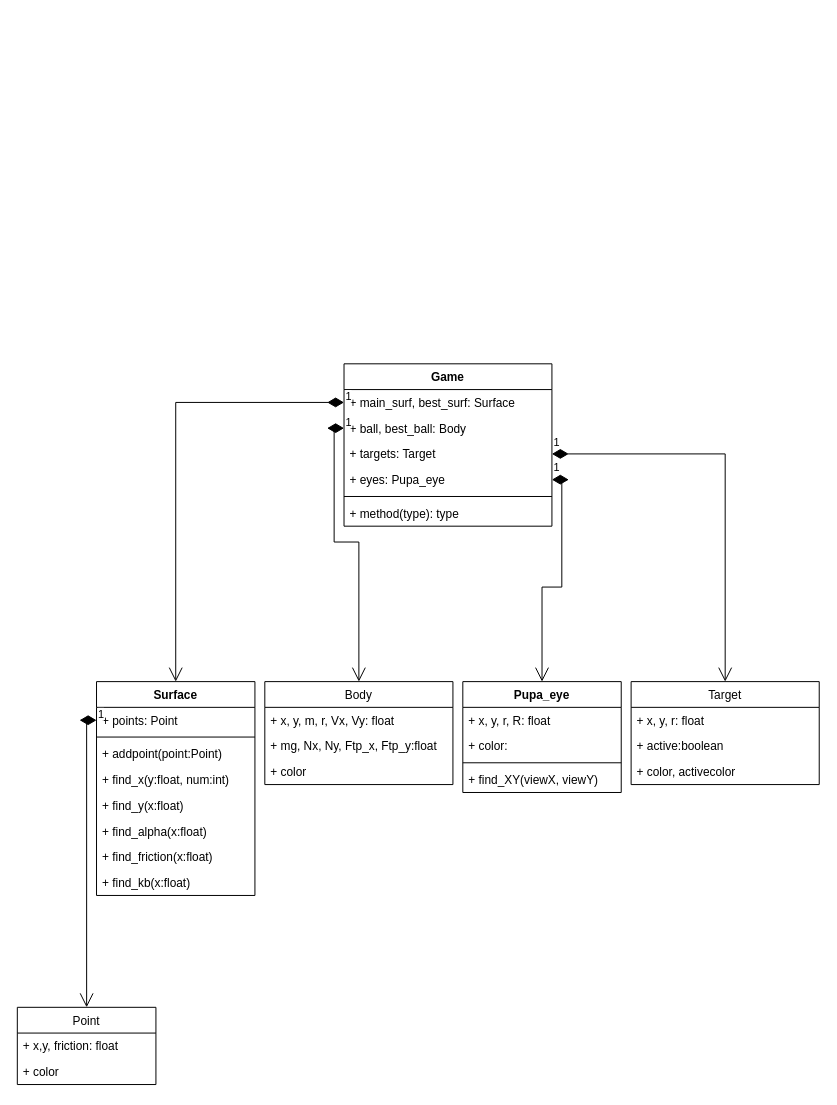
Before: Class Diagram.drawio in Pozharkova/infa_project, a draw.io diagram. Source tidied: cells renumbered, new cells numbered last; positions are measured from the earlier drawing's top-left corner, leaving out a move shared by most shapes. Both pictures are drawn from the tidied source at 99%, with x=0, y=0 at pixel (17, 363).
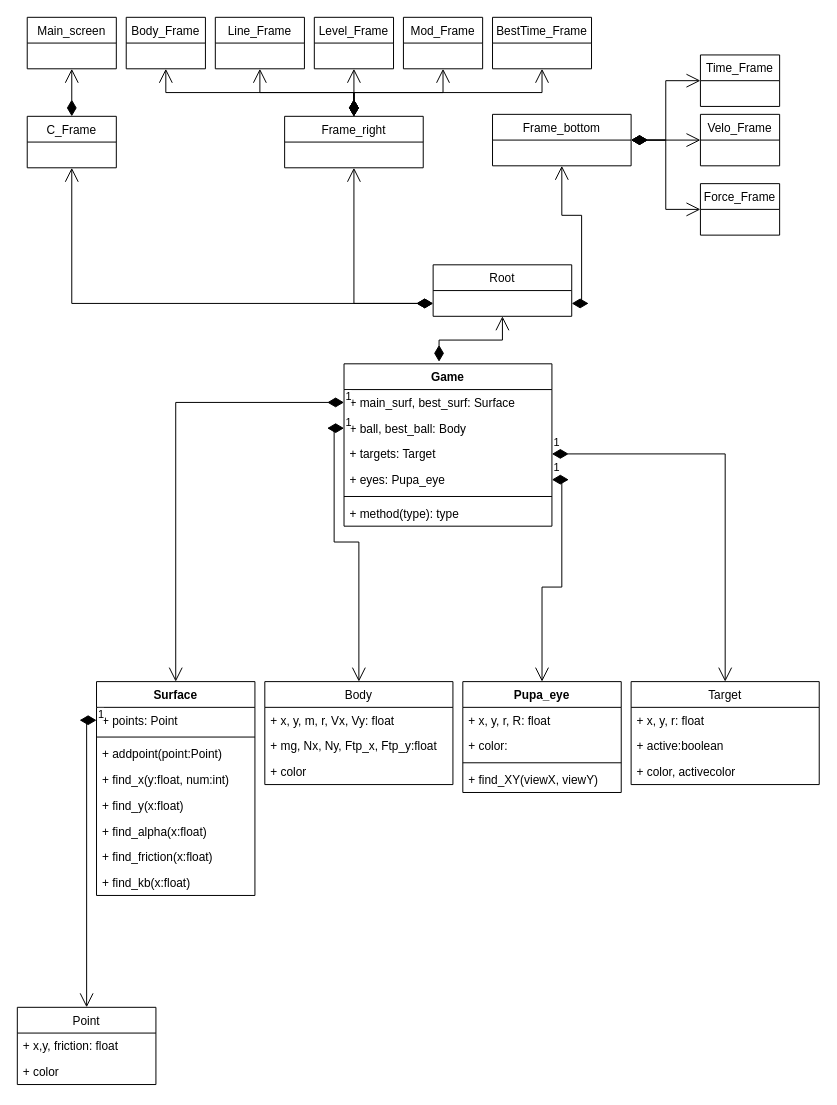
Above is the later version.

Unchanged cells that the change refers to:
```xml
<mxCell id="28" value="Game" style="swimlane;fontStyle=1;align=center;verticalAlign=top;horizontal=1;startSize=26;" parent="1" vertex="1">
  <mxGeometry x="330" width="210" height="164" as="geometry" />
</mxCell>
```

What changed in the source:
```diff
@@
+    <mxCell id="39" value="1" style="endArrow=open;html=1;endSize=12;startArrow=diamondThin;startSize=14;startFill=1;edgeStyle=orthogonalEdgeStyle;align=left;verticalAlign=bottom;rounded=0;exitX=0.5;exitY=0;exitDx=0;exitDy=0;entryX=0.5;entryY=1;entryDx=0;entryDy=0;horizontal=1;fontColor=none;noLabel=1;" parent="1" edge="1" source="44" target="45">
+      <mxGeometry x="-1" y="3" relative="1" as="geometry" />
+    </mxCell>
@@
+    <mxCell id="40" value="Root" style="swimlane;fontStyle=0;horizontal=1;startSize=26;fillColor=none;" parent="1" vertex="1">
+      <mxGeometry x="420" y="-100" width="140" height="52" as="geometry" />
+    </mxCell>
+    <mxCell id="41" value="Main_screen" style="swimlane;fontStyle=0;horizontal=1;startSize=26;fillColor=none;" parent="1" vertex="1">
+      <mxGeometry x="10" y="-350" width="90" height="52" as="geometry" />
+    </mxCell>
+    <mxCell id="42" value="C_Frame" style="swimlane;fontStyle=0;horizontal=1;startSize=26;fillColor=none;" parent="1" vertex="1">
+      <mxGeometry x="10" y="-250" width="90" height="52" as="geometry" />
+    </mxCell>
+    <mxCell id="43" value="Body_Frame" style="swimlane;fontStyle=0;horizontal=1;startSize=26;fillColor=none;" parent="1" vertex="1">
+      <mxGeometry x="110" y="-350" width="80" height="52" as="geometry" />
+    </mxCell>
+    <mxCell id="44" value="Frame_right" style="swimlane;fontStyle=0;horizontal=1;startSize=26;fillColor=none;" parent="1" vertex="1">
+      <mxGeometry x="270" y="-250" width="140" height="52" as="geometry" />
+    </mxCell>
+    <mxCell id="45" value="Line_Frame" style="swimlane;fontStyle=0;horizontal=1;startSize=26;fillColor=none;" parent="1" vertex="1">
+      <mxGeometry x="200" y="-350" width="90" height="52" as="geometry" />
+    </mxCell>
+    <mxCell id="46" value="1" style="endArrow=open;html=1;endSize=12;startArrow=diamondThin;startSize=14;startFill=1;edgeStyle=orthogonalEdgeStyle;align=left;verticalAlign=bottom;rounded=0;exitX=0.5;exitY=0;exitDx=0;exitDy=0;entryX=0.5;entryY=1;entryDx=0;entryDy=0;fontColor=none;noLabel=1;" parent="1" edge="1" source="42" target="41">
+      <mxGeometry x="-1" y="3" relative="1" as="geometry" />
+    </mxCell>
+    <mxCell id="47" value="1" style="endArrow=open;html=1;endSize=12;startArrow=diamondThin;startSize=14;startFill=1;edgeStyle=orthogonalEdgeStyle;align=left;verticalAlign=bottom;rounded=0;exitX=0.5;exitY=0;exitDx=0;exitDy=0;entryX=0.5;entryY=1;entryDx=0;entryDy=0;fontColor=none;noLabel=1;" parent="1" edge="1" source="44" target="43">
+      <mxGeometry x="-1" y="3" relative="1" as="geometry" />
+    </mxCell>
+    <mxCell id="48" value="1" style="endArrow=open;html=1;endSize=12;startArrow=diamondThin;startSize=14;startFill=1;edgeStyle=orthogonalEdgeStyle;align=left;verticalAlign=bottom;rounded=0;exitX=0;exitY=0.75;exitDx=0;exitDy=0;entryX=0.5;entryY=1;entryDx=0;entryDy=0;fontColor=none;noLabel=1;" parent="1" edge="1" source="40" target="42">
+      <mxGeometry x="-1" y="3" relative="1" as="geometry" />
+    </mxCell>
+    <mxCell id="49" value="1" style="endArrow=open;html=1;endSize=12;startArrow=diamondThin;startSize=14;startFill=1;edgeStyle=orthogonalEdgeStyle;align=left;verticalAlign=bottom;rounded=0;exitX=0;exitY=0.75;exitDx=0;exitDy=0;entryX=0.5;entryY=1;entryDx=0;entryDy=0;fontColor=none;noLabel=1;" parent="1" edge="1" source="40" target="44">
+      <mxGeometry x="-1" y="3" relative="1" as="geometry" />
+    </mxCell>
+    <mxCell id="50" value="Level_Frame" style="swimlane;fontStyle=0;horizontal=1;startSize=26;fillColor=none;" parent="1" vertex="1">
+      <mxGeometry x="300" y="-350" width="80" height="52" as="geometry" />
+    </mxCell>
+    <mxCell id="51" value="1" style="endArrow=open;html=1;endSize=12;startArrow=diamondThin;startSize=14;startFill=1;edgeStyle=orthogonalEdgeStyle;align=left;verticalAlign=bottom;rounded=0;fontColor=none;exitX=0.5;exitY=0;exitDx=0;exitDy=0;entryX=0.5;entryY=1;entryDx=0;entryDy=0;noLabel=1;" parent="1" edge="1" source="44" target="50">
+      <mxGeometry x="-1" y="3" relative="1" as="geometry" />
+    </mxCell>
+    <mxCell id="52" value="Mod_Frame" style="swimlane;fontStyle=0;horizontal=1;startSize=26;fillColor=none;" parent="1" vertex="1">
+      <mxGeometry x="390" y="-350" width="80" height="52" as="geometry" />
+    </mxCell>
+    <mxCell id="53" value="1" style="endArrow=open;html=1;endSize=12;startArrow=diamondThin;startSize=14;startFill=1;edgeStyle=orthogonalEdgeStyle;align=left;verticalAlign=bottom;rounded=0;fontColor=none;exitX=0.5;exitY=0;exitDx=0;exitDy=0;entryX=0.5;entryY=1;entryDx=0;entryDy=0;noLabel=1;" parent="1" edge="1" source="44" target="52">
+      <mxGeometry x="-1" y="3" relative="1" as="geometry" />
+    </mxCell>
+    <mxCell id="54" value="BestTime_Frame" style="swimlane;fontStyle=0;horizontal=1;startSize=26;fillColor=none;" parent="1" vertex="1">
+      <mxGeometry x="480" y="-350" width="100" height="52" as="geometry" />
+    </mxCell>
+    <mxCell id="55" value="1" style="endArrow=open;html=1;endSize=12;startArrow=diamondThin;startSize=14;startFill=1;edgeStyle=orthogonalEdgeStyle;align=left;verticalAlign=bottom;rounded=0;fontColor=none;exitX=0.5;exitY=0;exitDx=0;exitDy=0;entryX=0.5;entryY=1;entryDx=0;entryDy=0;noLabel=1;" parent="1" edge="1" source="44" target="54">
+      <mxGeometry x="-1" y="3" relative="1" as="geometry" />
+    </mxCell>
+    <mxCell id="56" value="Frame_bottom" style="swimlane;fontStyle=0;horizontal=1;startSize=26;fillColor=none;" parent="1" vertex="1">
+      <mxGeometry x="480" y="-252" width="140" height="52" as="geometry" />
+    </mxCell>
+    <mxCell id="57" value="Time_Frame" style="swimlane;fontStyle=0;horizontal=1;startSize=26;fillColor=none;" parent="1" vertex="1">
+      <mxGeometry x="690" y="-312" width="80" height="52" as="geometry" />
+    </mxCell>
+    <mxCell id="58" value="Velo_Frame" style="swimlane;fontStyle=0;horizontal=1;startSize=26;fillColor=none;" parent="1" vertex="1">
+      <mxGeometry x="690" y="-252" width="80" height="52" as="geometry" />
+    </mxCell>
+    <mxCell id="59" value="Force_Frame" style="swimlane;fontStyle=0;horizontal=1;startSize=26;fillColor=none;" parent="1" vertex="1">
+      <mxGeometry x="690" y="-182" width="80" height="52" as="geometry" />
+    </mxCell>
+    <mxCell id="60" value="1" style="endArrow=open;html=1;endSize=12;startArrow=diamondThin;startSize=14;startFill=1;edgeStyle=orthogonalEdgeStyle;align=left;verticalAlign=bottom;rounded=0;fontColor=none;exitX=1;exitY=0.5;exitDx=0;exitDy=0;entryX=0;entryY=0.5;entryDx=0;entryDy=0;noLabel=1;" parent="1" edge="1" source="56" target="57">
+      <mxGeometry x="-1" y="3" relative="1" as="geometry" />
+    </mxCell>
+    <mxCell id="61" value="1" style="endArrow=open;html=1;endSize=12;startArrow=diamondThin;startSize=14;startFill=1;edgeStyle=orthogonalEdgeStyle;align=left;verticalAlign=bottom;rounded=0;fontColor=none;exitX=1;exitY=0.5;exitDx=0;exitDy=0;entryX=0;entryY=0.5;entryDx=0;entryDy=0;noLabel=1;" parent="1" edge="1" source="56" target="58">
+      <mxGeometry x="-1" y="3" relative="1" as="geometry" />
+    </mxCell>
+    <mxCell id="62" value="1" style="endArrow=open;html=1;endSize=12;startArrow=diamondThin;startSize=14;startFill=1;edgeStyle=orthogonalEdgeStyle;align=left;verticalAlign=bottom;rounded=0;fontColor=none;exitX=1;exitY=0.5;exitDx=0;exitDy=0;entryX=0;entryY=0.5;entryDx=0;entryDy=0;noLabel=1;" parent="1" edge="1" source="56" target="59">
+      <mxGeometry x="-1" y="3" relative="1" as="geometry" />
+    </mxCell>
+    <mxCell id="63" value="1" style="endArrow=open;html=1;endSize=12;startArrow=diamondThin;startSize=14;startFill=1;edgeStyle=orthogonalEdgeStyle;align=left;verticalAlign=bottom;rounded=0;fontColor=none;exitX=1;exitY=0.75;exitDx=0;exitDy=0;entryX=0.5;entryY=1;entryDx=0;entryDy=0;noLabel=1;" parent="1" edge="1" source="40" target="56">
+      <mxGeometry x="-1" y="3" relative="1" as="geometry" />
+    </mxCell>
+    <mxCell id="64" value="1" style="endArrow=open;html=1;endSize=12;startArrow=diamondThin;startSize=14;startFill=1;edgeStyle=orthogonalEdgeStyle;align=left;verticalAlign=bottom;rounded=0;fontColor=none;exitX=0.457;exitY=-0.013;exitDx=0;exitDy=0;exitPerimeter=0;entryX=0.5;entryY=1;entryDx=0;entryDy=0;noLabel=1;" parent="1" edge="1" source="28" target="40">
+      <mxGeometry x="-1" y="3" relative="1" as="geometry" />
+    </mxCell>
```
